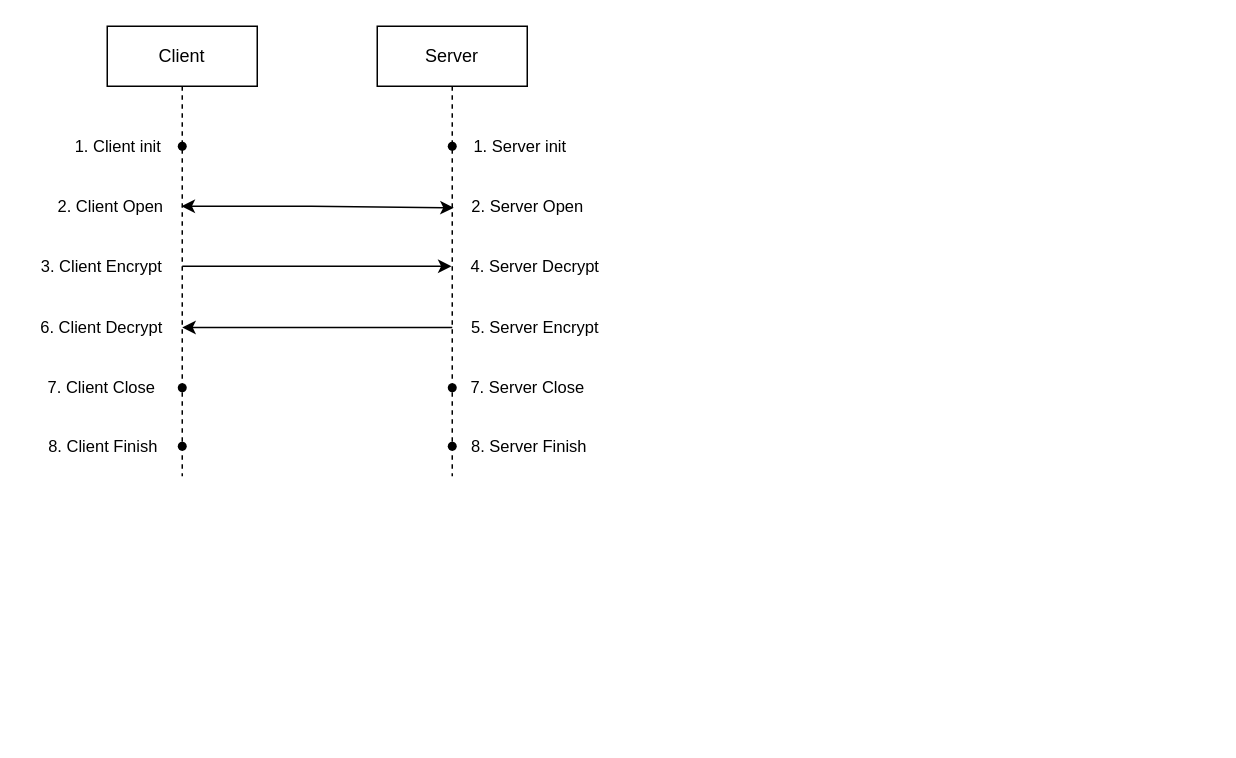
The draw.io diagram 제목 없는 다이어그램.drawio in Gichan94/korea_b, before the edit. Source tidied: cells renumbered, new cells numbered last; positions are measured from the earlier drawing's top-left corner, leaving out a move shared by most shapes. Both pictures are drawn from the tidied source at 150%, with x=0, y=0 at pixel (26, 26).
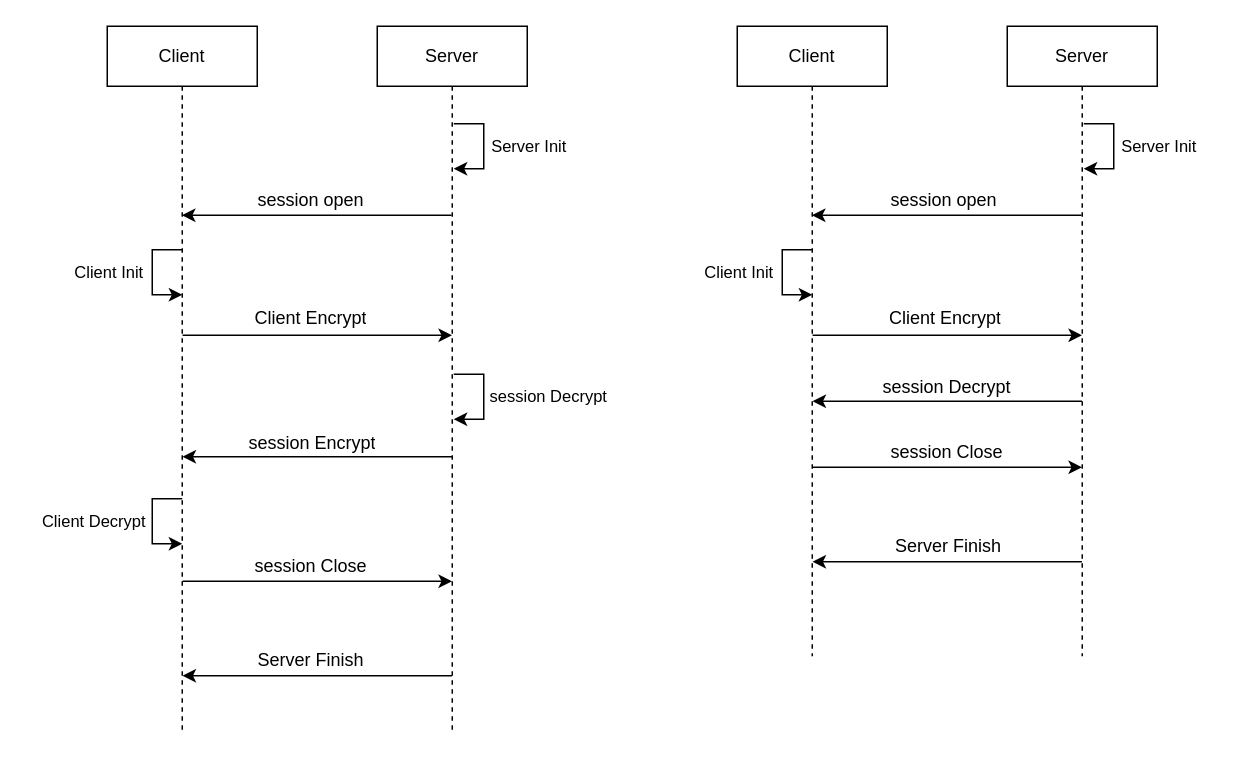
Above is the later version.

Commit message:
제목 없는 다이어그램.drawio 업데이트

Change to the diagram source:
```diff
@@
     <mxCell id="2" value="Client" style="shape=umlLifeline;perimeter=lifelinePerimeter;whiteSpace=wrap;html=1;outlineConnect=0;portConstraint=eastwest;newEdgeStyle={&quot;edgeStyle&quot;:&quot;elbowEdgeStyle&quot;,&quot;elbow&quot;:&quot;vertical&quot;,&quot;curved&quot;:0,&quot;rounded&quot;:0};" parent="1" vertex="1">
-      <mxGeometry x="54" width="100" height="300" as="geometry" />
+      <mxGeometry x="54" width="100" height="470" as="geometry" />
     </mxCell>
     <mxCell id="3" value="Server" style="shape=umlLifeline;perimeter=lifelinePerimeter;whiteSpace=wrap;html=1;outlineConnect=0;portConstraint=eastwest;newEdgeStyle={&quot;edgeStyle&quot;:&quot;elbowEdgeStyle&quot;,&quot;elbow&quot;:&quot;vertical&quot;,&quot;curved&quot;:0,&quot;rounded&quot;:0};" parent="1" vertex="1">
-      <mxGeometry x="234" width="100" height="300" as="geometry" />
+      <mxGeometry x="234" width="100" height="470" as="geometry" />
     </mxCell>
-    <mxCell id="4" value="&lt;span style=&quot;font-size: 11px;&quot;&gt;1. Client init&lt;/span&gt;" style="text;html=1;align=center;verticalAlign=middle;strokeColor=none;fillColor=none;" parent="1" vertex="1">
-      <mxGeometry x="21" y="65" width="80" height="30" as="geometry" />
-    </mxCell>
-    <mxCell id="5" value="&lt;span style=&quot;font-size: 11px;&quot;&gt;1. Server init&lt;/span&gt;" style="text;html=1;align=center;verticalAlign=middle;strokeColor=none;fillColor=none;" parent="1" vertex="1">
-      <mxGeometry x="284" y="65" width="90" height="30" as="geometry" />
+    <mxCell id="5" value="&lt;span style=&quot;font-size: 11px;&quot;&gt;Server Init&lt;br&gt;&lt;/span&gt;" style="text;html=1;align=center;verticalAlign=middle;strokeColor=none;fillColor=none;" parent="1" vertex="1">
+      <mxGeometry x="300" y="65" width="70" height="30" as="geometry" />
     </mxCell>
-    <mxCell id="6" value="&lt;span style=&quot;font-size: 11px;&quot;&gt;2. Server Open&lt;/span&gt;" style="text;html=1;align=center;verticalAlign=middle;points=[];strokeColor=none;fillColor=none;" parent="1" vertex="1">
-      <mxGeometry x="284" y="105" width="100" height="30" as="geometry" />
-    </mxCell>
-    <mxCell id="7" style="shape=waypoint;sketch=0;fillStyle=solid;size=6;fillColor=none;perimeter=centerPerimeter;" parent="1" vertex="1">
-      <mxGeometry x="94" y="70" width="20" height="20" as="geometry" />
-    </mxCell>
-    <mxCell id="8" style="shape=waypoint;sketch=0;fillStyle=solid;size=6;fillColor=none;perimeter=centerPerimeter;" parent="1" vertex="1">
-      <mxGeometry x="274" y="70" width="20" height="20" as="geometry" />
-    </mxCell>
-    <mxCell id="9" value="&lt;span style=&quot;font-size: 11px;&quot;&gt;2. Client Open&lt;br&gt;&lt;/span&gt;" style="text;html=1;align=center;verticalAlign=middle;strokeColor=none;fillColor=none;" parent="1" vertex="1">
-      <mxGeometry x="11" y="105" width="90" height="30" as="geometry" />
-    </mxCell>
-    <mxCell id="10" value="&lt;span style=&quot;font-size: 11px;&quot;&gt;3. Client Encrypt&lt;br&gt;&lt;/span&gt;" style="text;html=1;align=center;verticalAlign=middle;strokeColor=none;fillColor=none;" parent="1" vertex="1">
-      <mxGeometry y="145" width="100" height="30" as="geometry" />
-    </mxCell>
-    <mxCell id="11" style="edgeStyle=orthogonalEdgeStyle;rounded=0;jettySize=auto;html=1;" parent="1" edge="1" target="3">
-      <mxGeometry relative="1" as="geometry">
-        <mxPoint x="104" y="160" as="sourcePoint" />
-        <Array as="points">
-          <mxPoint x="234" y="160" />
-          <mxPoint x="234" y="160" />
-        </Array>
-      </mxGeometry>
-    </mxCell>
-    <mxCell id="12" value="&lt;span style=&quot;font-size: 11px;&quot;&gt;4. Server Decrypt&lt;/span&gt;" style="text;html=1;align=center;verticalAlign=middle;strokeColor=none;fillColor=none;" parent="1" vertex="1">
-      <mxGeometry x="284" y="145" width="110" height="30" as="geometry" />
-    </mxCell>
-    <mxCell id="13" value="&lt;span style=&quot;font-size: 11px;&quot;&gt;5. Server Encrypt&lt;/span&gt;" style="text;html=1;align=center;verticalAlign=middle;strokeColor=none;fillColor=none;" parent="1" vertex="1">
-      <mxGeometry x="284" y="186" width="110" height="30" as="geometry" />
-    </mxCell>
-    <mxCell id="14" style="edgeStyle=orthogonalEdgeStyle;rounded=0;orthogonalLoop=1;jettySize=auto;html=1;" parent="1" edge="1">
-      <mxGeometry relative="1" as="geometry">
-        <mxPoint x="284" y="200.8" as="sourcePoint" />
-        <mxPoint x="104" y="200.8" as="targetPoint" />
-        <Array as="points">
-          <mxPoint x="154" y="200.8" />
-          <mxPoint x="154" y="200.8" />
-        </Array>
-      </mxGeometry>
-    </mxCell>
-    <mxCell id="15" value="&lt;span style=&quot;font-size: 11px;&quot;&gt;6. Client Decrypt&lt;br&gt;&lt;/span&gt;" style="text;html=1;align=center;verticalAlign=middle;strokeColor=none;fillColor=none;" parent="1" vertex="1">
-      <mxGeometry y="186" width="100" height="30" as="geometry" />
-    </mxCell>
-    <mxCell id="16" value="&lt;span style=&quot;font-size: 11px;&quot;&gt;7. Server Close&lt;/span&gt;" style="text;html=1;align=center;verticalAlign=middle;strokeColor=none;fillColor=none;" parent="1" vertex="1">
-      <mxGeometry x="284" y="226" width="100" height="30" as="geometry" />
-    </mxCell>
-    <mxCell id="17" style="shape=waypoint;sketch=0;fillStyle=solid;size=6;fillColor=none;perimeter=centerPerimeter;" parent="1" vertex="1">
-      <mxGeometry x="274" y="231" width="20" height="20" as="geometry" />
-    </mxCell>
-    <mxCell id="18" style="shape=waypoint;sketch=0;fillStyle=solid;size=6;fillColor=none;perimeter=centerPerimeter;" parent="1" vertex="1">
-      <mxGeometry x="274" y="270" width="20" height="20" as="geometry" />
-    </mxCell>
-    <mxCell id="19" style="shape=waypoint;sketch=0;fillStyle=solid;size=6;fillColor=none;perimeter=centerPerimeter;" parent="1" vertex="1">
-      <mxGeometry x="94" y="231" width="20" height="20" as="geometry" />
-    </mxCell>
-    <mxCell id="20" style="shape=waypoint;sketch=0;fillStyle=solid;size=6;fillColor=none;perimeter=centerPerimeter;" parent="1" vertex="1">
-      <mxGeometry x="94" y="270" width="20" height="20" as="geometry" />
-    </mxCell>
-    <mxCell id="21" value="&lt;span style=&quot;font-size: 11px;&quot;&gt;7. Client Close&lt;/span&gt;" style="text;html=1;align=center;verticalAlign=middle;strokeColor=none;fillColor=none;" parent="1" vertex="1">
-      <mxGeometry y="226" width="100" height="30" as="geometry" />
-    </mxCell>
-    <mxCell id="22" value="&lt;span style=&quot;font-size: 11px;&quot;&gt;8. Server Finish&lt;/span&gt;" style="text;html=1;align=center;verticalAlign=middle;strokeColor=none;fillColor=none;" parent="1" vertex="1">
-      <mxGeometry x="285" y="265" width="100" height="30" as="geometry" />
-    </mxCell>
-    <mxCell id="23" value="&lt;span style=&quot;font-size: 11px;&quot;&gt;8. Client Finish&lt;/span&gt;" style="text;html=1;align=center;verticalAlign=middle;strokeColor=none;fillColor=none;" parent="1" vertex="1">
-      <mxGeometry x="1" y="265" width="100" height="30" as="geometry" />
-    </mxCell>
-    <mxCell id="24" style="endArrow=classic;startArrow=classic;html=1;rounded=0;entryX=0.01;entryY=0.533;entryDx=0;entryDy=0;entryPerimeter=0;" parent="1" edge="1" source="2" target="6">
-      <mxGeometry relative="1" as="geometry">
-        <Array as="points">
-          <mxPoint x="190" y="120" />
-        </Array>
-      </mxGeometry>
-    </mxCell>
+    <mxCell id="25" style="endArrow=classic;html=1;rounded=0;" parent="1" edge="1">
+      <mxGeometry relative="1" as="geometry">
+        <mxPoint x="285" y="65" as="sourcePoint" />
+        <mxPoint x="285" y="95" as="targetPoint" />
+        <Array as="points">
+          <mxPoint x="305" y="65" />
+          <mxPoint x="305" y="95" />
+        </Array>
+      </mxGeometry>
+    </mxCell>
+    <mxCell id="26" style="endArrow=classic;html=1;rounded=0;" parent="1" edge="1">
+      <mxGeometry relative="1" as="geometry">
+        <mxPoint x="283.5" y="126" as="sourcePoint" />
+        <mxPoint x="103.8" y="126" as="targetPoint" />
+      </mxGeometry>
+    </mxCell>
+    <mxCell id="27" value="session open" style="text;html=1;strokeColor=none;fillColor=none;align=center;verticalAlign=middle;whiteSpace=wrap;overflow=hidden;" parent="1" vertex="1">
+      <mxGeometry x="150" y="106" width="80" height="20" as="geometry" />
+    </mxCell>
+    <mxCell id="28" style="endArrow=classic;html=1;rounded=0;" parent="1" edge="1">
+      <mxGeometry relative="1" as="geometry">
+        <mxPoint x="104" y="149" as="sourcePoint" />
+        <mxPoint x="104" y="179" as="targetPoint" />
+        <Array as="points">
+          <mxPoint x="84" y="149" />
+          <mxPoint x="84" y="179" />
+        </Array>
+      </mxGeometry>
+    </mxCell>
+    <mxCell id="29" value="&lt;span style=&quot;font-size: 11px;&quot;&gt;Client Init&lt;br&gt;&lt;/span&gt;" style="text;html=1;align=center;verticalAlign=middle;strokeColor=none;fillColor=none;" parent="1" vertex="1">
+      <mxGeometry x="20" y="149" width="70" height="30" as="geometry" />
+    </mxCell>
+    <mxCell id="30" style="endArrow=classic;html=1;rounded=0;" parent="1" edge="1">
+      <mxGeometry relative="1" as="geometry">
+        <mxPoint x="104.2" y="206" as="sourcePoint" />
+        <mxPoint x="283.8" y="206" as="targetPoint" />
+        <Array as="points">
+          <mxPoint x="190.3" y="206" />
+        </Array>
+      </mxGeometry>
+    </mxCell>
+    <mxCell id="31" value="Client Encrypt" style="text;html=1;strokeColor=none;fillColor=none;align=center;verticalAlign=middle;whiteSpace=wrap;overflow=hidden;" parent="1" vertex="1">
+      <mxGeometry x="150.2" y="185" width="80" height="20" as="geometry" />
+    </mxCell>
+    <mxCell id="32" style="endArrow=classic;html=1;rounded=0;" parent="1" edge="1">
+      <mxGeometry relative="1" as="geometry">
+        <mxPoint x="285" y="232" as="sourcePoint" />
+        <mxPoint x="285" y="262" as="targetPoint" />
+        <Array as="points">
+          <mxPoint x="305" y="232" />
+          <mxPoint x="305" y="262" />
+        </Array>
+      </mxGeometry>
+    </mxCell>
+    <mxCell id="33" value="&lt;span style=&quot;font-size: 11px;&quot;&gt;session Decrypt&lt;br&gt;&lt;/span&gt;" style="text;html=1;align=center;verticalAlign=middle;strokeColor=none;fillColor=none;" parent="1" vertex="1">
+      <mxGeometry x="298" y="232" width="100" height="30" as="geometry" />
+    </mxCell>
+    <mxCell id="34" style="endArrow=classic;html=1;rounded=0;" parent="1" edge="1">
+      <mxGeometry relative="1" as="geometry">
+        <mxPoint x="283.8" y="287" as="sourcePoint" />
+        <mxPoint x="104.2" y="287" as="targetPoint" />
+      </mxGeometry>
+    </mxCell>
+    <mxCell id="35" value="session Encrypt" style="text;html=1;strokeColor=none;fillColor=none;align=center;verticalAlign=middle;whiteSpace=wrap;overflow=hidden;" parent="1" vertex="1">
+      <mxGeometry x="143.2" y="268" width="95.7" height="20" as="geometry" />
+    </mxCell>
+    <mxCell id="36" style="endArrow=classic;html=1;rounded=0;" parent="1" edge="1">
+      <mxGeometry relative="1" as="geometry">
+        <mxPoint x="104" y="315" as="sourcePoint" />
+        <mxPoint x="104" y="345" as="targetPoint" />
+        <Array as="points">
+          <mxPoint x="84" y="315" />
+          <mxPoint x="84" y="345" />
+        </Array>
+      </mxGeometry>
+    </mxCell>
+    <mxCell id="37" value="&lt;span style=&quot;font-size: 11px;&quot;&gt;Client Decrypt&lt;br&gt;&lt;/span&gt;" style="text;html=1;align=center;verticalAlign=middle;strokeColor=none;fillColor=none;" parent="1" vertex="1">
+      <mxGeometry y="315" width="90" height="30" as="geometry" />
+    </mxCell>
+    <mxCell id="38" style="endArrow=classic;html=1;rounded=0;" parent="1" edge="1">
+      <mxGeometry relative="1" as="geometry">
+        <mxPoint x="104.2" y="370" as="sourcePoint" />
+        <mxPoint x="283.8" y="370" as="targetPoint" />
+        <Array as="points">
+          <mxPoint x="190.3" y="370" />
+        </Array>
+      </mxGeometry>
+    </mxCell>
+    <mxCell id="39" value="session Close" style="text;html=1;strokeColor=none;fillColor=none;align=center;verticalAlign=middle;whiteSpace=wrap;overflow=hidden;" parent="1" vertex="1">
+      <mxGeometry x="150" y="350" width="80" height="20" as="geometry" />
+    </mxCell>
+    <mxCell id="40" style="endArrow=classic;html=1;rounded=0;" parent="1" edge="1">
+      <mxGeometry relative="1" as="geometry">
+        <mxPoint x="283.8" y="433" as="sourcePoint" />
+        <mxPoint x="104.2" y="433" as="targetPoint" />
+        <Array as="points">
+          <mxPoint x="196.8" y="433" />
+        </Array>
+      </mxGeometry>
+    </mxCell>
+    <mxCell id="41" value="Server Finish" style="text;html=1;strokeColor=none;fillColor=none;align=center;verticalAlign=middle;whiteSpace=wrap;overflow=hidden;" parent="1" vertex="1">
+      <mxGeometry x="147.3" y="413" width="85.7" height="20" as="geometry" />
+    </mxCell>
+    <mxCell id="42" value="Client" style="shape=umlLifeline;perimeter=lifelinePerimeter;whiteSpace=wrap;html=1;newEdgeStyle={&quot;edgeStyle&quot;:&quot;elbowEdgeStyle&quot;,&quot;elbow&quot;:&quot;vertical&quot;,&quot;curved&quot;:0,&quot;rounded&quot;:0};" parent="1" vertex="1">
+      <mxGeometry x="474" width="100" height="420" as="geometry" />
+    </mxCell>
+    <mxCell id="43" value="Server" style="shape=umlLifeline;perimeter=lifelinePerimeter;whiteSpace=wrap;html=1;newEdgeStyle={&quot;edgeStyle&quot;:&quot;elbowEdgeStyle&quot;,&quot;elbow&quot;:&quot;vertical&quot;,&quot;curved&quot;:0,&quot;rounded&quot;:0};" parent="1" vertex="1">
+      <mxGeometry x="654" width="100" height="420" as="geometry" />
+    </mxCell>
+    <mxCell id="44" value="&lt;span style=&quot;font-size: 11px;&quot;&gt;Server Init&lt;br&gt;&lt;/span&gt;" style="text;html=1;align=center;verticalAlign=middle;strokeColor=none;fillColor=none;" parent="1" vertex="1">
+      <mxGeometry x="720" y="65" width="70" height="30" as="geometry" />
+    </mxCell>
+    <mxCell id="45" style="endArrow=classic;html=1;rounded=0;" parent="1" edge="1">
+      <mxGeometry relative="1" as="geometry">
+        <mxPoint x="705" y="65" as="sourcePoint" />
+        <mxPoint x="705" y="95" as="targetPoint" />
+        <Array as="points">
+          <mxPoint x="725" y="65" />
+          <mxPoint x="725" y="95" />
+        </Array>
+      </mxGeometry>
+    </mxCell>
+    <mxCell id="46" style="endArrow=classic;html=1;rounded=0;" parent="1" edge="1">
+      <mxGeometry relative="1" as="geometry">
+        <mxPoint x="703.5" y="126" as="sourcePoint" />
+        <mxPoint x="523.8" y="126" as="targetPoint" />
+      </mxGeometry>
+    </mxCell>
+    <mxCell id="47" value="session open" style="text;html=1;strokeColor=none;fillColor=none;align=center;verticalAlign=middle;whiteSpace=wrap;overflow=hidden;" parent="1" vertex="1">
+      <mxGeometry x="572" y="106" width="80" height="20" as="geometry" />
+    </mxCell>
+    <mxCell id="48" style="endArrow=classic;html=1;rounded=0;" parent="1" edge="1">
+      <mxGeometry relative="1" as="geometry">
+        <mxPoint x="524" y="149" as="sourcePoint" />
+        <mxPoint x="524" y="179" as="targetPoint" />
+        <Array as="points">
+          <mxPoint x="504" y="149" />
+          <mxPoint x="504" y="179" />
+        </Array>
+      </mxGeometry>
+    </mxCell>
+    <mxCell id="49" value="&lt;span style=&quot;font-size: 11px;&quot;&gt;Client Init&lt;br&gt;&lt;/span&gt;" style="text;html=1;align=center;verticalAlign=middle;strokeColor=none;fillColor=none;" parent="1" vertex="1">
+      <mxGeometry x="440" y="149" width="70" height="30" as="geometry" />
+    </mxCell>
+    <mxCell id="50" style="endArrow=classic;html=1;rounded=0;" parent="1" edge="1">
+      <mxGeometry relative="1" as="geometry">
+        <mxPoint x="524.2" y="206" as="sourcePoint" />
+        <mxPoint x="703.8" y="206" as="targetPoint" />
+        <Array as="points">
+          <mxPoint x="610.3" y="206" />
+        </Array>
+      </mxGeometry>
+    </mxCell>
+    <mxCell id="51" value="Client Encrypt" style="text;html=1;strokeColor=none;fillColor=none;align=center;verticalAlign=middle;whiteSpace=wrap;overflow=hidden;" parent="1" vertex="1">
+      <mxGeometry x="573.2" y="185" width="80" height="20" as="geometry" />
+    </mxCell>
+    <mxCell id="52" style="endArrow=classic;html=1;rounded=0;" parent="1" edge="1">
+      <mxGeometry relative="1" as="geometry">
+        <mxPoint x="703.8" y="250" as="sourcePoint" />
+        <mxPoint x="524.2" y="250" as="targetPoint" />
+      </mxGeometry>
+    </mxCell>
+    <mxCell id="53" value="session Decrypt" style="text;html=1;strokeColor=none;fillColor=none;align=center;verticalAlign=middle;whiteSpace=wrap;overflow=hidden;" parent="1" vertex="1">
+      <mxGeometry x="566.2" y="231" width="95.7" height="20" as="geometry" />
+    </mxCell>
+    <mxCell id="54" style="endArrow=classic;html=1;rounded=0;" parent="1" edge="1">
+      <mxGeometry relative="1" as="geometry">
+        <mxPoint x="524.2" y="294" as="sourcePoint" />
+        <mxPoint x="703.8" y="294" as="targetPoint" />
+        <Array as="points">
+          <mxPoint x="610.3" y="294" />
+        </Array>
+      </mxGeometry>
+    </mxCell>
+    <mxCell id="55" value="session Close" style="text;html=1;strokeColor=none;fillColor=none;align=center;verticalAlign=middle;whiteSpace=wrap;overflow=hidden;" parent="1" vertex="1">
+      <mxGeometry x="574" y="274" width="80" height="20" as="geometry" />
+    </mxCell>
+    <mxCell id="56" style="endArrow=classic;html=1;rounded=0;" parent="1" edge="1">
+      <mxGeometry relative="1" as="geometry">
+        <mxPoint x="703.8" y="357" as="sourcePoint" />
+        <mxPoint x="524.2" y="357" as="targetPoint" />
+        <Array as="points">
+          <mxPoint x="616.8" y="357" />
+        </Array>
+      </mxGeometry>
+    </mxCell>
+    <mxCell id="57" value="Server Finish" style="text;html=1;strokeColor=none;fillColor=none;align=center;verticalAlign=middle;whiteSpace=wrap;overflow=hidden;" parent="1" vertex="1">
+      <mxGeometry x="572.3" y="337" width="85.7" height="20" as="geometry" />
+    </mxCell>
```
